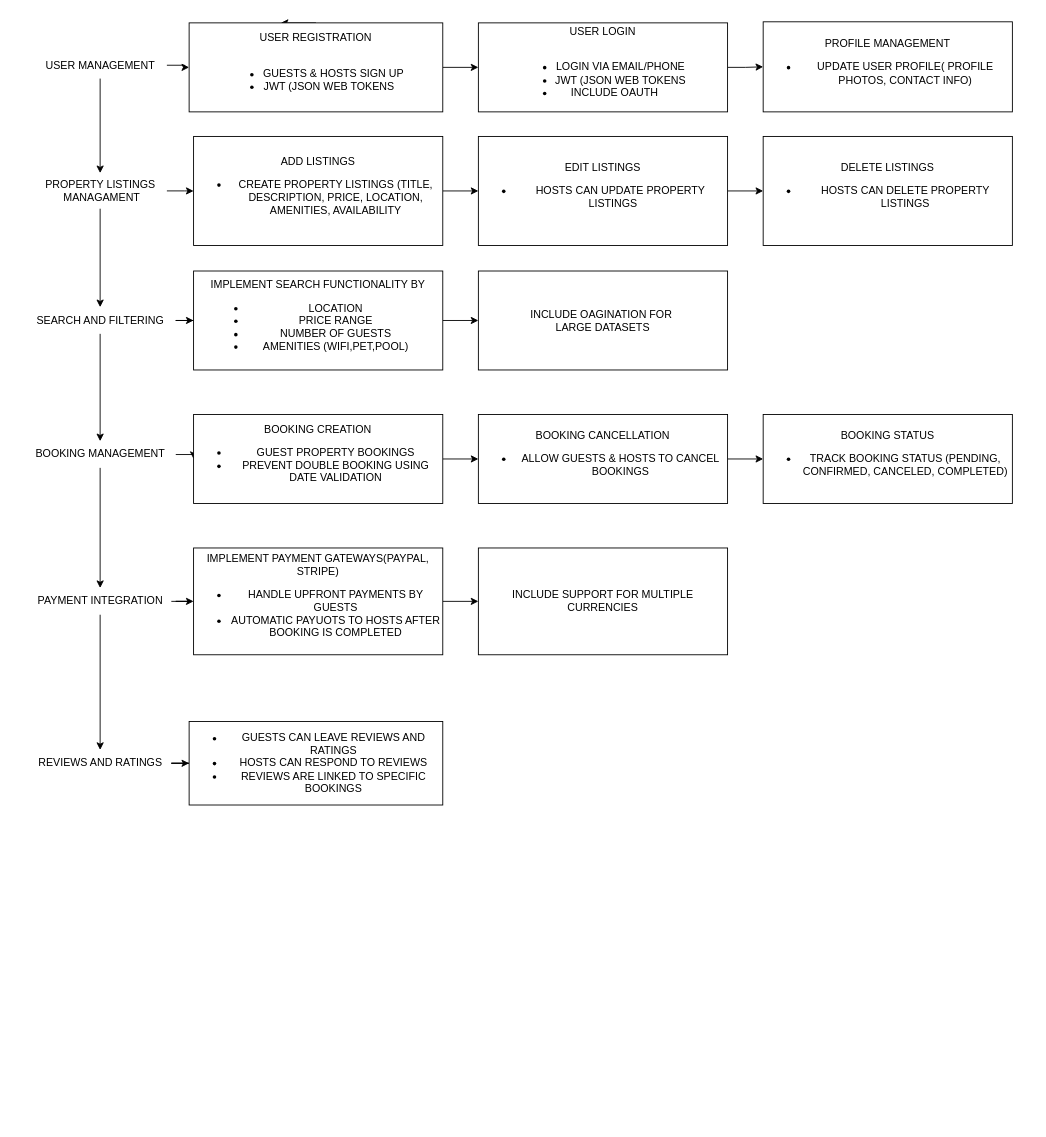
Magma4/alx-airbnb-project-documentation keeps this draw.io diagram as features-and-functionalities/Untitled Diagram.drawio. Above is the earlier version. Source tidied: cells renumbered, new cells numbered last; positions are measured from the earlier drawing's top-left corner, leaving out a move shared by most shapes. Both pictures are drawn from the tidied source at 89%, with x=0, y=0 at pixel (24, 21).
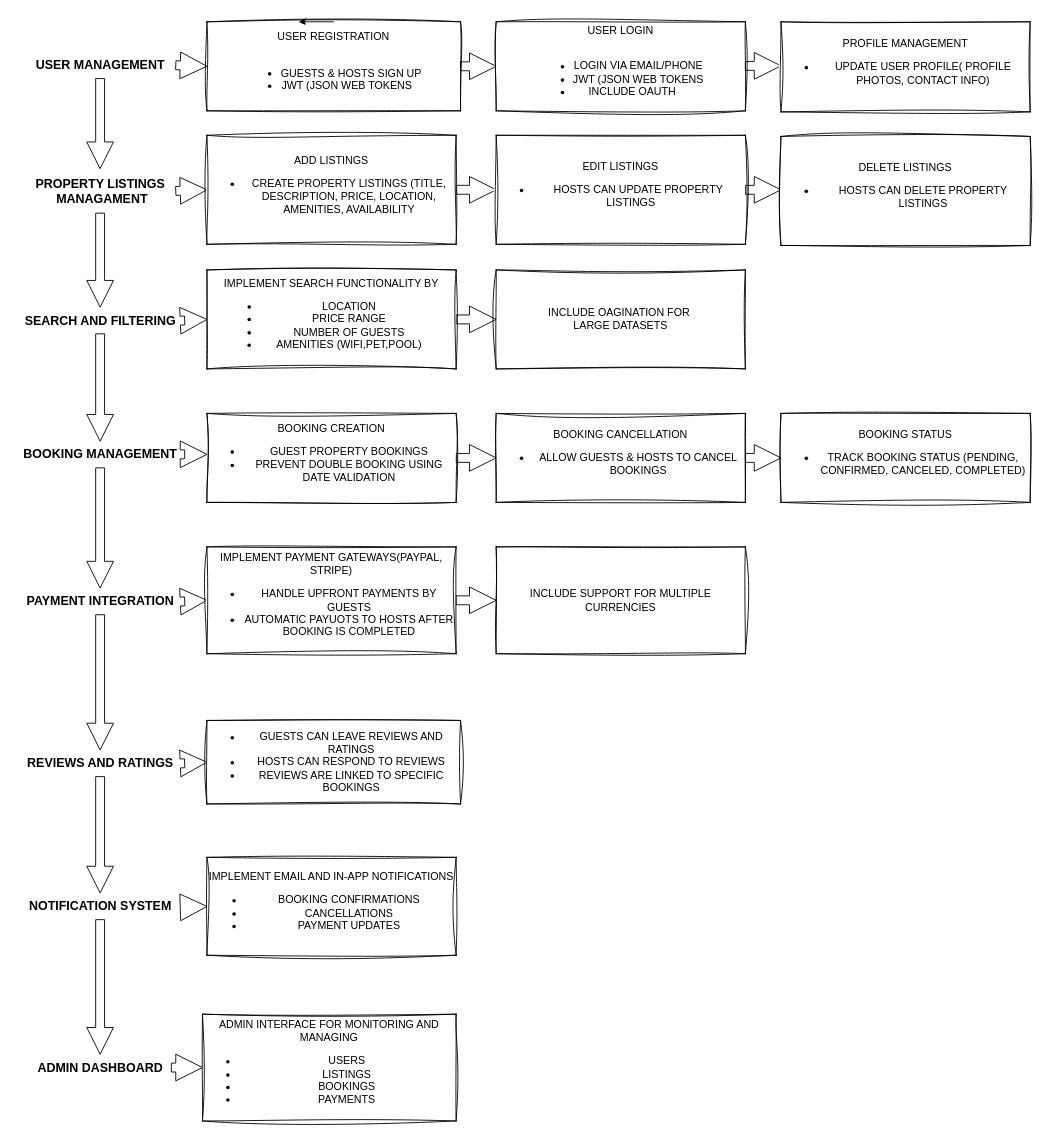
The same page after the edit.

What changed in the source:
```diff
@@
-    <mxCell id="2" style="edgeStyle=orthogonalEdgeStyle;rounded=0;jettySize=auto;html=1;" parent="1" edge="1" source="4" target="7">
+    <mxCell id="2" style="edgeStyle=orthogonalEdgeStyle;rounded=0;jettySize=auto;html=1;shape=arrow;" parent="1" edge="1" source="4" target="7">
       <mxGeometry relative="1" as="geometry" />
     </mxCell>
-    <mxCell id="3" style="edgeStyle=orthogonalEdgeStyle;rounded=0;jettySize=auto;html=1;" parent="1" edge="1" source="4" target="13">
+    <mxCell id="3" style="edgeStyle=orthogonalEdgeStyle;rounded=0;jettySize=auto;html=1;shape=arrow;fontStyle=1;fontSize=14;" parent="1" edge="1" source="4" target="13">
       <mxGeometry relative="1" as="geometry" />
     </mxCell>
-    <mxCell id="4" value="USER MANAGEMENT" style="text;html=1;align=center;verticalAlign=middle;points=[];strokeColor=none;fillColor=none;" parent="1" vertex="1">
-      <mxGeometry x="10" y="33.8" width="150" height="30" as="geometry" />
+    <mxCell id="4" value="USER MANAGEMENT" style="text;html=1;align=center;verticalAlign=middle;points=[];strokeColor=none;fillColor=none;fontStyle=1;fontSize=14;" parent="1" vertex="1">
+      <mxGeometry y="33.8" width="170" height="30" as="geometry" />
     </mxCell>
     <mxCell id="5" style="edgeStyle=orthogonalEdgeStyle;rounded=0;jettySize=auto;html=1;exitX=0.5;exitY=0;exitDx=0;exitDy=0;" parent="1" edge="1" source="7">
       <mxGeometry relative="1" as="geometry">
-        <mxPoint x="288" y="1.2" as="targetPoint" />
+        <mxPoint x="308" as="targetPoint" />
       </mxGeometry>
     </mxCell>
-    <mxCell id="6" style="edgeStyle=orthogonalEdgeStyle;rounded=0;jettySize=auto;html=1;" parent="1" edge="1" source="7" target="9">
+    <mxCell id="6" style="edgeStyle=orthogonalEdgeStyle;rounded=0;jettySize=auto;html=1;shape=arrow;" parent="1" edge="1" source="7" target="9">
       <mxGeometry relative="1" as="geometry" />
     </mxCell>
-    <mxCell id="7" value="USER REGISTRATION&lt;div&gt;&lt;br&gt;&lt;/div&gt;&lt;div&gt;&lt;ul&gt;&lt;li&gt;GUESTS &amp;amp; HOSTS SIGN UP&lt;/li&gt;&lt;li&gt;JWT (JSON WEB TOKENS&amp;nbsp; &amp;nbsp;&lt;/li&gt;&lt;/ul&gt;&lt;/div&gt;" style="whiteSpace=wrap;html=1;" parent="1" vertex="1">
-      <mxGeometry x="185" y="1.2" width="285" height="100" as="geometry" />
+    <mxCell id="7" value="USER REGISTRATION&lt;div&gt;&lt;br&gt;&lt;/div&gt;&lt;div&gt;&lt;ul&gt;&lt;li&gt;GUESTS &amp;amp; HOSTS SIGN UP&lt;/li&gt;&lt;li&gt;JWT (JSON WEB TOKENS&amp;nbsp; &amp;nbsp;&lt;/li&gt;&lt;/ul&gt;&lt;/div&gt;" style="whiteSpace=wrap;html=1;sketch=1;curveFitting=1;jiggle=2;" parent="1" vertex="1">
+      <mxGeometry x="205" width="285" height="100" as="geometry" />
     </mxCell>
-    <mxCell id="8" style="edgeStyle=orthogonalEdgeStyle;rounded=0;jettySize=auto;html=1;" parent="1" edge="1" source="9" target="10">
-      <mxGeometry relative="1" as="geometry" />
+    <mxCell id="8" style="edgeStyle=orthogonalEdgeStyle;rounded=0;jettySize=auto;html=1;shape=arrow;" parent="1" edge="1" source="9">
+      <mxGeometry relative="1" as="geometry">
+        <mxPoint x="850" y="49.5" as="targetPoint" />
+      </mxGeometry>
     </mxCell>
-    <mxCell id="9" value="USER LOGIN&lt;div&gt;&lt;br&gt;&lt;/div&gt;&lt;div&gt;&lt;ul&gt;&lt;li&gt;LOGIN VIA EMAIL/PHONE&lt;/li&gt;&lt;li&gt;JWT (JSON WEB TOKENS&lt;/li&gt;&lt;li&gt;INCLUDE OAUTH&amp;nbsp; &amp;nbsp;&amp;nbsp;&lt;/li&gt;&lt;/ul&gt;&lt;/div&gt;" style="whiteSpace=wrap;html=1;" parent="1" vertex="1">
-      <mxGeometry x="510" y="1.2" width="280" height="100" as="geometry" />
+    <mxCell id="9" value="USER LOGIN&lt;div&gt;&lt;br&gt;&lt;/div&gt;&lt;div&gt;&lt;ul&gt;&lt;li&gt;LOGIN VIA EMAIL/PHONE&lt;/li&gt;&lt;li&gt;JWT (JSON WEB TOKENS&lt;/li&gt;&lt;li&gt;INCLUDE OAUTH&amp;nbsp; &amp;nbsp;&amp;nbsp;&lt;/li&gt;&lt;/ul&gt;&lt;/div&gt;" style="whiteSpace=wrap;html=1;sketch=1;curveFitting=1;jiggle=2;" parent="1" vertex="1">
+      <mxGeometry x="530" width="280" height="100" as="geometry" />
     </mxCell>
-    <mxCell id="10" value="PROFILE MANAGEMENT&lt;div&gt;&lt;ul&gt;&lt;li&gt;UPDATE USER PROFILE( PROFILE PHOTOS, CONTACT INFO)&lt;/li&gt;&lt;/ul&gt;&lt;/div&gt;" style="whiteSpace=wrap;html=1;" parent="1" vertex="1">
-      <mxGeometry x="830" width="280" height="101.2" as="geometry" />
+    <mxCell id="10" value="PROFILE MANAGEMENT&lt;div&gt;&lt;ul&gt;&lt;li&gt;UPDATE USER PROFILE( PROFILE PHOTOS, CONTACT INFO)&lt;/li&gt;&lt;/ul&gt;&lt;/div&gt;" style="whiteSpace=wrap;html=1;sketch=1;curveFitting=1;jiggle=2;" parent="1" vertex="1">
+      <mxGeometry x="850" width="280" height="101.2" as="geometry" />
     </mxCell>
+    <mxCell id="12" style="edgeStyle=orthogonalEdgeStyle;rounded=0;jettySize=auto;html=1;shape=arrow;fontStyle=1;fontSize=14;" parent="1" edge="1" source="13" target="21">
+      <mxGeometry relative="1" as="geometry" />
+    </mxCell>
-    <mxCell id="11" style="edgeStyle=orthogonalEdgeStyle;rounded=0;jettySize=auto;html=1;" parent="1" edge="1" source="13" target="15">
+    <mxCell id="11" style="edgeStyle=orthogonalEdgeStyle;rounded=0;jettySize=auto;html=1;shape=arrow;" parent="1" edge="1" source="13" target="15">
       <mxGeometry relative="1" as="geometry" />
     </mxCell>
-    <mxCell id="12" style="edgeStyle=orthogonalEdgeStyle;rounded=0;jettySize=auto;html=1;" parent="1" edge="1" source="13" target="21">
-      <mxGeometry relative="1" as="geometry" />
-    </mxCell>
-    <mxCell id="13" value="PROPERTY LISTINGS&lt;div&gt;&amp;nbsp;MANAGAMENT&lt;/div&gt;" style="text;html=1;align=center;verticalAlign=middle;points=[];strokeColor=none;fillColor=none;" parent="1" vertex="1">
-      <mxGeometry x="10" y="170" width="150" height="40" as="geometry" />
+    <mxCell id="13" value="PROPERTY LISTINGS&lt;div style=&quot;font-size: 14px;&quot;&gt;&amp;nbsp;MANAGAMENT&lt;/div&gt;" style="text;html=1;align=center;verticalAlign=middle;points=[];strokeColor=none;fillColor=none;fontStyle=1;fontSize=14;" parent="1" vertex="1">
+      <mxGeometry y="165" width="170" height="50" as="geometry" />
     </mxCell>
-    <mxCell id="14" style="edgeStyle=orthogonalEdgeStyle;rounded=0;jettySize=auto;html=1;" parent="1" edge="1" source="15" target="17">
+    <mxCell id="14" style="edgeStyle=orthogonalEdgeStyle;rounded=0;jettySize=auto;html=1;shape=arrow;" parent="1" edge="1" source="15" target="17">
       <mxGeometry relative="1" as="geometry" />
     </mxCell>
-    <mxCell id="15" value="ADD LISTINGS&lt;div&gt;&lt;ul&gt;&lt;li&gt;CREATE PROPERTY LISTINGS (TITLE, DESCRIPTION, PRICE, LOCATION, AMENITIES, AVAILABILITY&lt;/li&gt;&lt;/ul&gt;&lt;/div&gt;" style="whiteSpace=wrap;html=1;" parent="1" vertex="1">
-      <mxGeometry x="190" y="128.8" width="280" height="122.5" as="geometry" />
+    <mxCell id="15" value="ADD LISTINGS&lt;div&gt;&lt;ul&gt;&lt;li&gt;CREATE PROPERTY LISTINGS (TITLE, DESCRIPTION, PRICE, LOCATION, AMENITIES, AVAILABILITY&lt;/li&gt;&lt;/ul&gt;&lt;/div&gt;" style="whiteSpace=wrap;html=1;sketch=1;curveFitting=1;jiggle=2;" parent="1" vertex="1">
+      <mxGeometry x="205" y="127.5" width="280" height="122.5" as="geometry" />
     </mxCell>
-    <mxCell id="16" style="edgeStyle=orthogonalEdgeStyle;rounded=0;jettySize=auto;html=1;" parent="1" edge="1" source="17" target="18">
-      <mxGeometry relative="1" as="geometry" />
+    <mxCell id="16" style="edgeStyle=orthogonalEdgeStyle;rounded=0;jettySize=auto;html=1;shape=arrow;" parent="1" edge="1" source="17">
+      <mxGeometry relative="1" as="geometry">
+        <mxPoint x="850" y="188.8" as="targetPoint" />
+      </mxGeometry>
     </mxCell>
-    <mxCell id="17" value="EDIT LISTINGS&lt;div&gt;&lt;ul&gt;&lt;li&gt;HOSTS CAN UPDATE PROPERTY LISTINGS&amp;nbsp; &amp;nbsp; &amp;nbsp;&lt;/li&gt;&lt;/ul&gt;&lt;/div&gt;" style="whiteSpace=wrap;html=1;" parent="1" vertex="1">
-      <mxGeometry x="510" y="128.8" width="280" height="122.5" as="geometry" />
+    <mxCell id="17" value="EDIT LISTINGS&lt;div&gt;&lt;ul&gt;&lt;li&gt;HOSTS CAN UPDATE PROPERTY LISTINGS&amp;nbsp; &amp;nbsp; &amp;nbsp;&lt;/li&gt;&lt;/ul&gt;&lt;/div&gt;" style="whiteSpace=wrap;html=1;sketch=1;curveFitting=1;jiggle=2;" parent="1" vertex="1">
+      <mxGeometry x="530" y="127.5" width="280" height="122.5" as="geometry" />
     </mxCell>
-    <mxCell id="18" value="DELETE LISTINGS&lt;div&gt;&lt;ul&gt;&lt;li&gt;HOSTS CAN DELETE PROPERTY LISTINGS&lt;/li&gt;&lt;/ul&gt;&lt;/div&gt;" style="whiteSpace=wrap;html=1;" parent="1" vertex="1">
-      <mxGeometry x="830" y="128.8" width="280" height="122.5" as="geometry" />
+    <mxCell id="18" value="DELETE LISTINGS&lt;div&gt;&lt;ul&gt;&lt;li&gt;HOSTS CAN DELETE PROPERTY LISTINGS&lt;/li&gt;&lt;/ul&gt;&lt;/div&gt;" style="whiteSpace=wrap;html=1;sketch=1;curveFitting=1;jiggle=2;" parent="1" vertex="1">
+      <mxGeometry x="850" y="128.8" width="280" height="122.5" as="geometry" />
     </mxCell>
-    <mxCell id="19" style="edgeStyle=orthogonalEdgeStyle;rounded=0;jettySize=auto;html=1;" parent="1" edge="1" source="21" target="23">
+    <mxCell id="19" style="edgeStyle=orthogonalEdgeStyle;rounded=0;jettySize=auto;html=1;shape=arrow;" parent="1" edge="1" source="21" target="23">
       <mxGeometry relative="1" as="geometry" />
     </mxCell>
-    <mxCell id="20" style="edgeStyle=orthogonalEdgeStyle;rounded=0;jettySize=auto;html=1;" parent="1" edge="1" source="21" target="27">
+    <mxCell id="20" style="edgeStyle=orthogonalEdgeStyle;rounded=0;jettySize=auto;html=1;shape=arrow;fontStyle=1;fontSize=14;" parent="1" edge="1" source="21" target="27">
       <mxGeometry relative="1" as="geometry" />
     </mxCell>
-    <mxCell id="21" value="SEARCH AND FILTERING" style="text;html=1;align=center;verticalAlign=middle;points=[];strokeColor=none;fillColor=none;" parent="1" vertex="1">
-      <mxGeometry y="320.6" width="170" height="30" as="geometry" />
+    <mxCell id="21" value="SEARCH AND FILTERING" style="text;html=1;align=center;verticalAlign=middle;points=[];strokeColor=none;fillColor=none;fontStyle=1;fontSize=14;" parent="1" vertex="1">
+      <mxGeometry x="-10" y="320.6" width="190" height="30" as="geometry" />
     </mxCell>
-    <mxCell id="22" style="edgeStyle=orthogonalEdgeStyle;rounded=0;jettySize=auto;html=1;" parent="1" edge="1" source="23" target="24">
+    <mxCell id="22" style="edgeStyle=orthogonalEdgeStyle;rounded=0;jettySize=auto;html=1;shape=arrow;" parent="1" edge="1" source="23" target="24">
       <mxGeometry relative="1" as="geometry" />
     </mxCell>
-    <mxCell id="23" value="IMPLEMENT SEARCH FUNCTIONALITY BY&lt;div&gt;&lt;ul&gt;&lt;li&gt;LOCATION&lt;/li&gt;&lt;li&gt;PRICE RANGE&lt;/li&gt;&lt;li&gt;NUMBER OF GUESTS&lt;/li&gt;&lt;li&gt;AMENITIES (WIFI,PET,POOL)&lt;/li&gt;&lt;/ul&gt;&lt;/div&gt;" style="whiteSpace=wrap;html=1;" parent="1" vertex="1">
-      <mxGeometry x="190" y="280" width="280" height="111.2" as="geometry" />
+    <mxCell id="23" value="IMPLEMENT SEARCH FUNCTIONALITY BY&lt;div&gt;&lt;ul&gt;&lt;li&gt;LOCATION&lt;/li&gt;&lt;li&gt;PRICE RANGE&lt;/li&gt;&lt;li&gt;NUMBER OF GUESTS&lt;/li&gt;&lt;li&gt;AMENITIES (WIFI,PET,POOL)&lt;/li&gt;&lt;/ul&gt;&lt;/div&gt;" style="whiteSpace=wrap;html=1;sketch=1;curveFitting=1;jiggle=2;" parent="1" vertex="1">
+      <mxGeometry x="205" y="278.8" width="280" height="111.2" as="geometry" />
     </mxCell>
-    <mxCell id="24" value="INCLUDE OAGINATION FOR&amp;nbsp;&lt;div&gt;LARGE DATASETS&lt;/div&gt;" style="whiteSpace=wrap;html=1;" parent="1" vertex="1">
-      <mxGeometry x="510" y="280" width="280" height="111.2" as="geometry" />
+    <mxCell id="24" value="INCLUDE OAGINATION FOR&amp;nbsp;&lt;div&gt;LARGE DATASETS&lt;/div&gt;" style="whiteSpace=wrap;html=1;sketch=1;curveFitting=1;jiggle=2;" parent="1" vertex="1">
+      <mxGeometry x="530" y="278.8" width="280" height="111.2" as="geometry" />
     </mxCell>
-    <mxCell id="25" style="edgeStyle=orthogonalEdgeStyle;rounded=0;jettySize=auto;html=1;" parent="1" edge="1" source="27" target="29">
+    <mxCell id="25" style="edgeStyle=elbowEdgeStyle;rounded=0;jettySize=auto;html=1;elbow=vertical;shape=arrow;" parent="1" edge="1" source="27" target="29">
       <mxGeometry relative="1" as="geometry" />
     </mxCell>
-    <mxCell id="26" style="edgeStyle=orthogonalEdgeStyle;rounded=0;jettySize=auto;html=1;" parent="1" edge="1" source="27" target="35">
+    <mxCell id="26" style="edgeStyle=orthogonalEdgeStyle;rounded=0;jettySize=auto;html=1;shape=arrow;fontStyle=1;fontSize=14;" parent="1" edge="1" source="27" target="35">
       <mxGeometry relative="1" as="geometry" />
     </mxCell>
-    <mxCell id="27" value="BOOKING MANAGEMENT" style="text;html=1;align=center;verticalAlign=middle;points=[];strokeColor=none;fillColor=none;" parent="1" vertex="1">
-      <mxGeometry y="471.2" width="170" height="30" as="geometry" />
+    <mxCell id="27" value="BOOKING MANAGEMENT" style="text;html=1;align=center;verticalAlign=middle;points=[];strokeColor=none;fillColor=none;fontStyle=1;fontSize=14;" parent="1" vertex="1">
+      <mxGeometry x="-10" y="471.2" width="190" height="30" as="geometry" />
     </mxCell>
-    <mxCell id="28" style="edgeStyle=orthogonalEdgeStyle;rounded=0;jettySize=auto;html=1;" parent="1" edge="1" source="29" target="31">
+    <mxCell id="28" style="edgeStyle=orthogonalEdgeStyle;rounded=0;jettySize=auto;html=1;shape=arrow;" parent="1" edge="1" source="29" target="31">
       <mxGeometry relative="1" as="geometry" />
     </mxCell>
-    <mxCell id="29" value="BOOKING CREATION&lt;div&gt;&lt;ul&gt;&lt;li&gt;GUEST PROPERTY BOOKINGS&lt;/li&gt;&lt;li&gt;PREVENT DOUBLE BOOKING USING DATE VALIDATION&lt;/li&gt;&lt;/ul&gt;&lt;/div&gt;" style="whiteSpace=wrap;html=1;" parent="1" vertex="1">
-      <mxGeometry x="190" y="441.2" width="280" height="100" as="geometry" />
+    <mxCell id="29" value="BOOKING CREATION&lt;div&gt;&lt;ul&gt;&lt;li&gt;GUEST PROPERTY BOOKINGS&lt;/li&gt;&lt;li&gt;PREVENT DOUBLE BOOKING USING DATE VALIDATION&lt;/li&gt;&lt;/ul&gt;&lt;/div&gt;" style="whiteSpace=wrap;html=1;sketch=1;curveFitting=1;jiggle=2;" parent="1" vertex="1">
+      <mxGeometry x="205" y="440" width="280" height="100" as="geometry" />
     </mxCell>
-    <mxCell id="30" style="edgeStyle=orthogonalEdgeStyle;rounded=0;jettySize=auto;html=1;" parent="1" edge="1" source="31" target="32">
-      <mxGeometry relative="1" as="geometry" />
+    <mxCell id="30" style="edgeStyle=orthogonalEdgeStyle;rounded=0;jettySize=auto;html=1;shape=arrow;" parent="1" edge="1" source="31">
+      <mxGeometry relative="1" as="geometry">
+        <mxPoint x="850" y="490" as="targetPoint" />
+      </mxGeometry>
     </mxCell>
-    <mxCell id="31" value="BOOKING CANCELLATION&lt;div&gt;&lt;ul&gt;&lt;li&gt;ALLOW GUESTS &amp;amp; HOSTS TO CANCEL BOOKINGS&lt;/li&gt;&lt;/ul&gt;&lt;/div&gt;" style="whiteSpace=wrap;html=1;" parent="1" vertex="1">
-      <mxGeometry x="510" y="441.2" width="280" height="100" as="geometry" />
+    <mxCell id="31" value="BOOKING CANCELLATION&lt;div&gt;&lt;ul&gt;&lt;li&gt;ALLOW GUESTS &amp;amp; HOSTS TO CANCEL BOOKINGS&lt;/li&gt;&lt;/ul&gt;&lt;/div&gt;" style="whiteSpace=wrap;html=1;sketch=1;curveFitting=1;jiggle=2;" parent="1" vertex="1">
+      <mxGeometry x="530" y="440" width="280" height="100" as="geometry" />
     </mxCell>
-    <mxCell id="32" value="BOOKING STATUS&lt;div&gt;&lt;ul&gt;&lt;li&gt;TRACK BOOKING STATUS (PENDING, CONFIRMED, CANCELED, COMPLETED)&lt;/li&gt;&lt;/ul&gt;&lt;/div&gt;" style="whiteSpace=wrap;html=1;" parent="1" vertex="1">
-      <mxGeometry x="830" y="441.2" width="280" height="100" as="geometry" />
+    <mxCell id="32" value="BOOKING STATUS&lt;div&gt;&lt;ul&gt;&lt;li&gt;TRACK BOOKING STATUS (PENDING, CONFIRMED, CANCELED, COMPLETED)&lt;/li&gt;&lt;/ul&gt;&lt;/div&gt;" style="whiteSpace=wrap;html=1;sketch=1;curveFitting=1;jiggle=2;" parent="1" vertex="1">
+      <mxGeometry x="850" y="440" width="280" height="100" as="geometry" />
     </mxCell>
-    <mxCell id="33" style="edgeStyle=orthogonalEdgeStyle;rounded=0;jettySize=auto;html=1;" parent="1" edge="1" source="35" target="37">
+    <mxCell id="33" style="edgeStyle=orthogonalEdgeStyle;rounded=0;jettySize=auto;html=1;shape=arrow;" parent="1" edge="1" source="35" target="37">
       <mxGeometry relative="1" as="geometry" />
     </mxCell>
-    <mxCell id="34" style="edgeStyle=orthogonalEdgeStyle;rounded=0;jettySize=auto;html=1;" parent="1" edge="1" source="35" target="40">
+    <mxCell id="34" style="edgeStyle=orthogonalEdgeStyle;rounded=0;jettySize=auto;html=1;shape=arrow;fontStyle=1;fontSize=14;" parent="1" edge="1" source="35" target="40">
       <mxGeometry relative="1" as="geometry" />
     </mxCell>
-    <mxCell id="35" value="PAYMENT INTEGRATION" style="text;html=1;align=center;verticalAlign=middle;points=[];strokeColor=none;fillColor=none;" parent="1" vertex="1">
-      <mxGeometry x="5" y="636.2" width="160" height="30" as="geometry" />
+    <mxCell id="35" value="PAYMENT INTEGRATION" style="text;html=1;align=center;verticalAlign=middle;points=[];strokeColor=none;fillColor=none;fontStyle=1;fontSize=14;" parent="1" vertex="1">
+      <mxGeometry x="-10" y="636.2" width="190" height="30" as="geometry" />
     </mxCell>
-    <mxCell id="36" style="edgeStyle=orthogonalEdgeStyle;rounded=0;jettySize=auto;html=1;" parent="1" edge="1" source="37" target="38">
+    <mxCell id="36" style="edgeStyle=orthogonalEdgeStyle;rounded=0;jettySize=auto;html=1;shape=arrow;" parent="1" edge="1" source="37" target="38">
       <mxGeometry relative="1" as="geometry" />
     </mxCell>
-    <mxCell id="37" value="IMPLEMENT PAYMENT GATEWAYS(PAYPAL, STRIPE)&lt;div&gt;&lt;ul&gt;&lt;li&gt;HANDLE UPFRONT PAYMENTS BY GUESTS&lt;/li&gt;&lt;li&gt;AUTOMATIC PAYUOTS TO HOSTS AFTER BOOKING IS COMPLETED&lt;/li&gt;&lt;/ul&gt;&lt;/div&gt;" style="whiteSpace=wrap;html=1;" parent="1" vertex="1">
-      <mxGeometry x="190" y="591.2" width="280" height="120" as="geometry" />
+    <mxCell id="37" value="IMPLEMENT PAYMENT GATEWAYS(PAYPAL, STRIPE)&lt;div&gt;&lt;ul&gt;&lt;li&gt;HANDLE UPFRONT PAYMENTS BY GUESTS&lt;/li&gt;&lt;li&gt;AUTOMATIC PAYUOTS TO HOSTS AFTER BOOKING IS COMPLETED&lt;/li&gt;&lt;/ul&gt;&lt;/div&gt;" style="whiteSpace=wrap;html=1;sketch=1;curveFitting=1;jiggle=2;" parent="1" vertex="1">
+      <mxGeometry x="205" y="590" width="280" height="120" as="geometry" />
     </mxCell>
-    <mxCell id="38" value="INCLUDE SUPPORT FOR MULTIPLE CURRENCIES" style="whiteSpace=wrap;html=1;" parent="1" vertex="1">
-      <mxGeometry x="510" y="591.2" width="280" height="120" as="geometry" />
+    <mxCell id="38" value="INCLUDE SUPPORT FOR MULTIPLE CURRENCIES" style="whiteSpace=wrap;html=1;sketch=1;curveFitting=1;jiggle=2;" parent="1" vertex="1">
+      <mxGeometry x="530" y="590" width="280" height="120" as="geometry" />
     </mxCell>
-    <mxCell id="39" style="edgeStyle=orthogonalEdgeStyle;rounded=0;jettySize=auto;html=1;" parent="1" edge="1" source="40" target="41">
+    <mxCell id="39" style="edgeStyle=orthogonalEdgeStyle;rounded=0;jettySize=auto;html=1;shape=arrow;" parent="1" edge="1" source="40" target="41">
       <mxGeometry relative="1" as="geometry" />
     </mxCell>
+    <mxCell id="42" style="edgeStyle=orthogonalEdgeStyle;rounded=0;jettySize=auto;html=1;shape=arrow;fontStyle=1;fontSize=14;" parent="1" edge="1" source="40" target="45">
+      <mxGeometry relative="1" as="geometry" />
+    </mxCell>
-    <mxCell id="40" value="REVIEWS AND RATINGS" style="text;html=1;align=center;verticalAlign=middle;points=[];strokeColor=none;fillColor=none;" parent="1" vertex="1">
-      <mxGeometry x="5" y="818.1" width="160" height="30" as="geometry" />
+    <mxCell id="40" value="REVIEWS AND RATINGS" style="text;html=1;align=center;verticalAlign=middle;points=[];strokeColor=none;fillColor=none;fontStyle=1;fontSize=14;" parent="1" vertex="1">
+      <mxGeometry x="-10" y="818.1" width="190" height="30" as="geometry" />
     </mxCell>
-    <mxCell id="41" value="&lt;ul&gt;&lt;li&gt;GUESTS CAN LEAVE REVIEWS AND RATINGS&lt;/li&gt;&lt;li&gt;HOSTS CAN RESPOND TO REVIEWS&lt;/li&gt;&lt;li&gt;REVIEWS ARE LINKED TO SPECIFIC BOOKINGS&lt;/li&gt;&lt;/ul&gt;" style="whiteSpace=wrap;html=1;" parent="1" vertex="1">
-      <mxGeometry x="185" y="786.2" width="285" height="93.8" as="geometry" />
+    <mxCell id="41" value="&lt;ul&gt;&lt;li&gt;GUESTS CAN LEAVE REVIEWS AND RATINGS&lt;/li&gt;&lt;li&gt;HOSTS CAN RESPOND TO REVIEWS&lt;/li&gt;&lt;li&gt;REVIEWS ARE LINKED TO SPECIFIC BOOKINGS&lt;/li&gt;&lt;/ul&gt;" style="whiteSpace=wrap;html=1;sketch=1;curveFitting=1;jiggle=2;" parent="1" vertex="1">
+      <mxGeometry x="205" y="785" width="285" height="93.8" as="geometry" />
     </mxCell>
+    <mxCell id="43" style="edgeStyle=orthogonalEdgeStyle;rounded=0;jettySize=auto;html=1;shape=arrow;" parent="1" edge="1" source="45" target="46">
+      <mxGeometry relative="1" as="geometry">
+        <Array as="points">
+          <mxPoint x="180" y="995" />
+          <mxPoint x="180" y="994" />
+        </Array>
+      </mxGeometry>
+    </mxCell>
+    <mxCell id="44" style="edgeStyle=orthogonalEdgeStyle;rounded=0;jettySize=auto;html=1;shape=arrow;fontStyle=1;fontSize=14;" parent="1" edge="1" source="45" target="48">
+      <mxGeometry relative="1" as="geometry" />
+    </mxCell>
+    <mxCell id="45" value="NOTIFICATION SYSTEM" style="text;html=1;align=center;verticalAlign=middle;points=[];strokeColor=none;fillColor=none;fontStyle=1;fontSize=14;" parent="1" vertex="1">
+      <mxGeometry x="-5" y="978.8" width="180" height="30" as="geometry" />
+    </mxCell>
+    <mxCell id="46" value="IMPLEMENT EMAIL AND IN-APP NOTIFICATIONS&lt;div&gt;&lt;ul&gt;&lt;li&gt;BOOKING CONFIRMATIONS&lt;/li&gt;&lt;li&gt;CANCELLATIONS&lt;/li&gt;&lt;li&gt;PAYMENT UPDATES&lt;/li&gt;&lt;/ul&gt;&lt;/div&gt;" style="whiteSpace=wrap;html=1;rounded=0;glass=0;sketch=1;curveFitting=1;jiggle=2;" parent="1" vertex="1">
+      <mxGeometry x="205" y="938.8" width="280" height="110" as="geometry" />
+    </mxCell>
+    <mxCell id="47" style="edgeStyle=orthogonalEdgeStyle;rounded=0;jettySize=auto;html=1;shape=arrow;" parent="1" edge="1" source="48" target="49">
+      <mxGeometry relative="1" as="geometry" />
+    </mxCell>
+    <mxCell id="48" value="ADMIN DASHBOARD" style="text;html=1;align=center;verticalAlign=middle;points=[];strokeColor=none;fillColor=none;fontStyle=1;fontSize=14;" parent="1" vertex="1">
+      <mxGeometry x="5" y="1160" width="160" height="30" as="geometry" />
+    </mxCell>
+    <mxCell id="49" value="ADMIN INTERFACE FOR MONITORING AND MANAGING&lt;div&gt;&lt;ul&gt;&lt;li&gt;USERS&lt;/li&gt;&lt;li&gt;LISTINGS&lt;/li&gt;&lt;li&gt;BOOKINGS&lt;/li&gt;&lt;li&gt;PAYMENTS&lt;/li&gt;&lt;/ul&gt;&lt;/div&gt;" style="whiteSpace=wrap;html=1;sketch=1;curveFitting=1;jiggle=2;" parent="1" vertex="1">
+      <mxGeometry x="200" y="1115" width="285" height="120" as="geometry" />
+    </mxCell>
```
